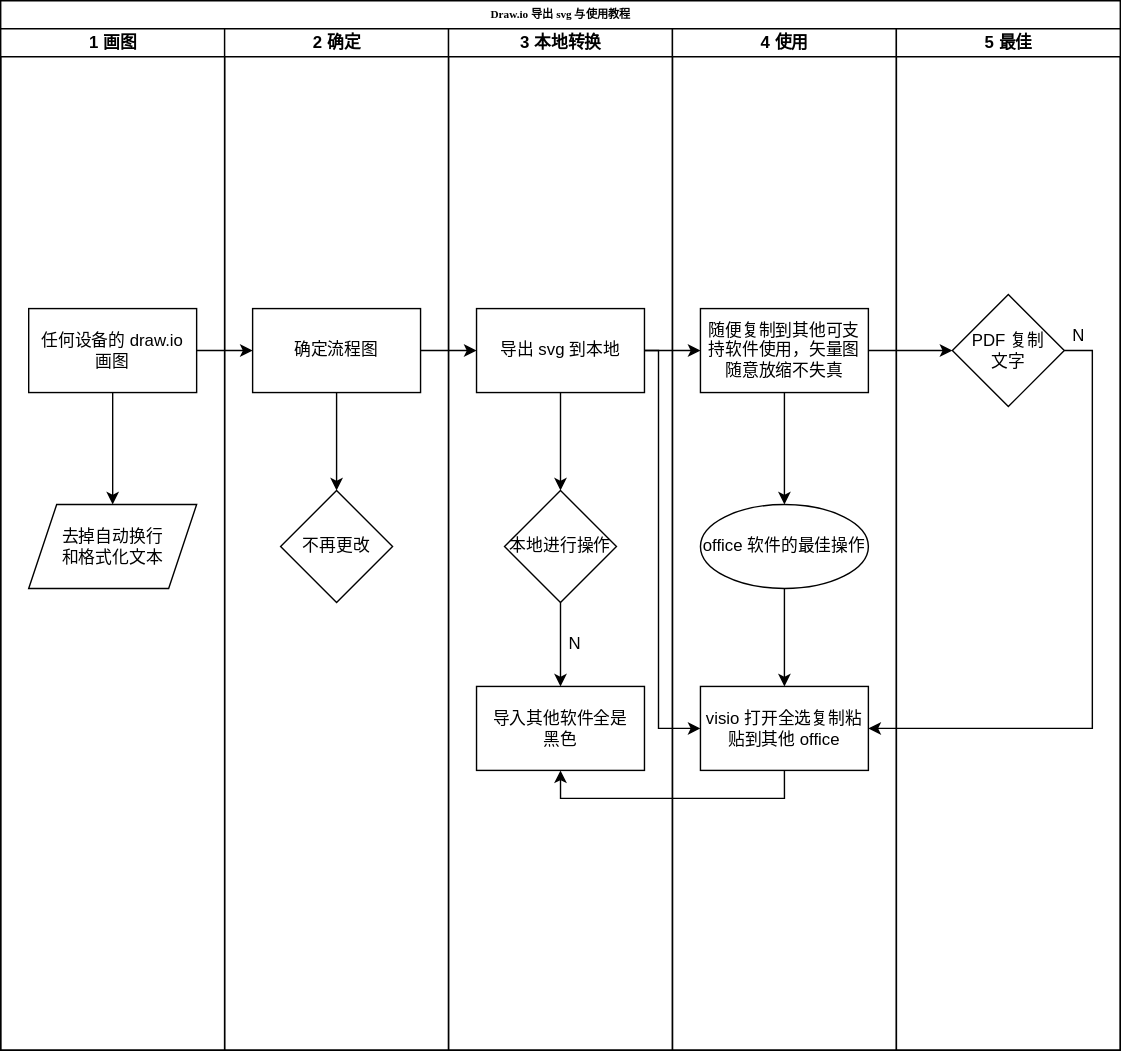
This is Draw.io/draw.io 的导出教程.svg from InoryLwc/ConfigRepo, a draw.io export, as it was before one commit. Source tidied: cells renumbered, new cells last; positions are measured from the earlier drawing's top-left corner, leaving out a move shared by most shapes.
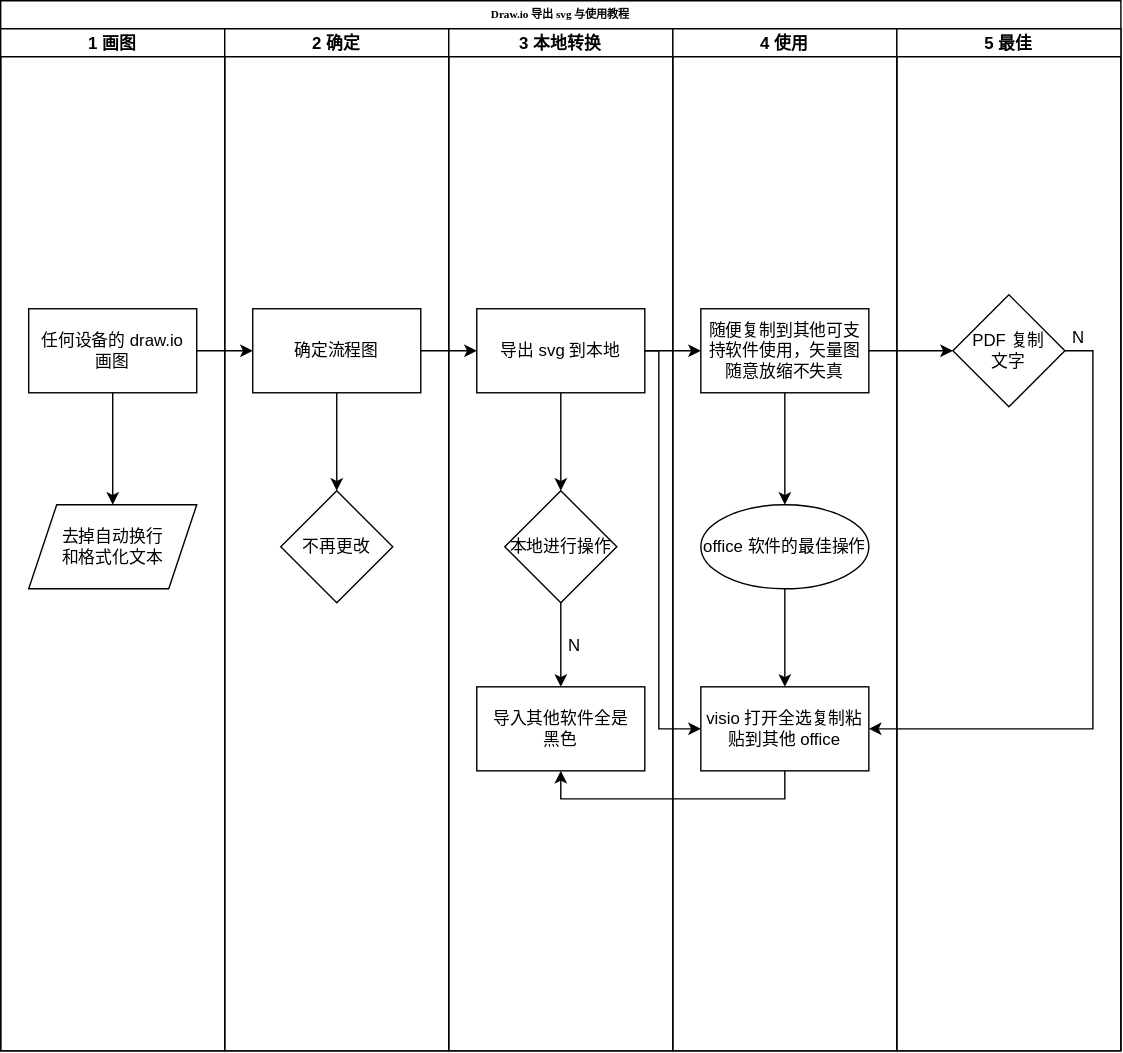
The same file after the commit.

Commit message:
更新draw.io 的导出教程.svg

What changed in the source:
```diff
@@ -2,70 +2,70 @@
   <root>
     <mxCell id="0" />
     <mxCell id="1" parent="0" />
-    <mxCell id="2" value="Draw.io 导出 svg 与使用教程" style="swimlane;html=1;startSize=20;rounded=0;shadow=0;labelBackgroundColor=none;strokeWidth=1;fontFamily=Verdana;fontSize=8;align=center;" parent="1" vertex="1">
+    <mxCell id="2" value="Draw.io 导出 svg 与使用教程" style="swimlane;startSize=20;rounded=0;shadow=0;labelBackgroundColor=none;strokeWidth=1;fontFamily=Verdana;fontSize=8;align=center;" parent="1" vertex="1">
       <mxGeometry width="800" height="750" as="geometry" />
     </mxCell>
-    <mxCell id="3" value="1 画图" style="swimlane;html=1;startSize=20;" parent="2" vertex="1">
+    <mxCell id="3" value="1 画图" style="swimlane;startSize=20;" parent="2" vertex="1">
       <mxGeometry y="20" width="160" height="730" as="geometry" />
     </mxCell>
-    <mxCell id="4" style="edgeStyle=orthogonalEdgeStyle;rounded=0;jettySize=auto;html=1;" parent="3" edge="1" source="5" target="6">
+    <mxCell id="4" style="edgeStyle=orthogonalEdgeStyle;rounded=0;jettySize=auto;" parent="3" edge="1" source="5" target="6">
       <mxGeometry relative="1" as="geometry" />
     </mxCell>
-    <mxCell id="5" value="任何设备的 draw.io &lt;br&gt;画图" style="rounded=0;whiteSpace=wrap;html=1;" parent="3" vertex="1">
+    <mxCell id="5" value="任何设备的 draw.io &#10;画图" style="rounded=0;whiteSpace=wrap;" parent="3" vertex="1">
       <mxGeometry x="20" y="200" width="120" height="60" as="geometry" />
     </mxCell>
-    <mxCell id="6" value="去掉自动换行&lt;br&gt;和格式化文本" style="shape=parallelogram;perimeter=parallelogramPerimeter;whiteSpace=wrap;html=1;fixedSize=1;rounded=0;" parent="3" vertex="1">
+    <mxCell id="6" value="去掉自动换行&#10;和格式化文本" style="shape=parallelogram;perimeter=parallelogramPerimeter;whiteSpace=wrap;fixedSize=1;rounded=0;" parent="3" vertex="1">
       <mxGeometry x="20" y="340" width="120" height="60" as="geometry" />
     </mxCell>
-    <mxCell id="7" value="2 确定" style="swimlane;html=1;startSize=20;" parent="2" vertex="1">
+    <mxCell id="7" value="2 确定" style="swimlane;startSize=20;" parent="2" vertex="1">
       <mxGeometry x="160" y="20" width="160" height="730" as="geometry" />
     </mxCell>
-    <mxCell id="8" value="确定流程图" style="rounded=0;whiteSpace=wrap;html=1;" parent="7" vertex="1">
+    <mxCell id="8" value="确定流程图" style="rounded=0;whiteSpace=wrap;" parent="7" vertex="1">
       <mxGeometry x="20" y="200" width="120" height="60" as="geometry" />
     </mxCell>
-    <mxCell id="9" value="3 本地转换" style="swimlane;html=1;startSize=20;" parent="2" vertex="1">
+    <mxCell id="9" value="3 本地转换" style="swimlane;startSize=20;" parent="2" vertex="1">
       <mxGeometry x="320" y="20" width="160" height="730" as="geometry" />
     </mxCell>
-    <mxCell id="10" value="导出 svg 到本地" style="whiteSpace=wrap;html=1;rounded=0;" parent="9" vertex="1">
+    <mxCell id="10" value="导出 svg 到本地" style="whiteSpace=wrap;rounded=0;" parent="9" vertex="1">
       <mxGeometry x="20" y="200" width="120" height="60" as="geometry" />
     </mxCell>
-    <mxCell id="11" value="本地进行操作" style="rhombus;whiteSpace=wrap;html=1;" parent="9" vertex="1">
+    <mxCell id="11" value="本地进行操作" style="rhombus;whiteSpace=wrap;" parent="9" vertex="1">
       <mxGeometry x="40" y="330" width="80" height="80" as="geometry" />
     </mxCell>
-    <mxCell id="12" value="N" style="text;html=1;align=center;verticalAlign=middle;strokeColor=none;fillColor=none;" parent="9" vertex="1">
+    <mxCell id="12" value="N" style="text;align=center;verticalAlign=middle;strokeColor=none;fillColor=none;" parent="9" vertex="1">
       <mxGeometry x="80" y="430" width="20" height="20" as="geometry" />
     </mxCell>
-    <mxCell id="13" value="导入其他软件全是&lt;br&gt;黑色" style="rounded=0;whiteSpace=wrap;html=1;" parent="9" vertex="1">
+    <mxCell id="13" value="导入其他软件全是&#10;黑色" style="rounded=0;whiteSpace=wrap;" parent="9" vertex="1">
       <mxGeometry x="20" y="470" width="120" height="60" as="geometry" />
     </mxCell>
-    <mxCell id="14" value="4 使用" style="swimlane;html=1;startSize=20;" parent="2" vertex="1">
+    <mxCell id="14" value="4 使用" style="swimlane;startSize=20;" parent="2" vertex="1">
       <mxGeometry x="480" y="20" width="160" height="730" as="geometry" />
     </mxCell>
-    <mxCell id="15" value="随便复制到其他可支持软件使用，矢量图随意放缩不失真" style="whiteSpace=wrap;html=1;rounded=0;" parent="14" vertex="1">
+    <mxCell id="15" value="随便复制到其他可支持软件使用，矢量图随意放缩不失真" style="whiteSpace=wrap;rounded=0;" parent="14" vertex="1">
       <mxGeometry x="20" y="200" width="120" height="60" as="geometry" />
     </mxCell>
-    <mxCell id="16" value="visio 打开全选复制粘贴到其他 office" style="whiteSpace=wrap;html=1;rounded=0;" parent="14" vertex="1">
+    <mxCell id="16" value="visio 打开全选复制粘贴到其他 office" style="whiteSpace=wrap;rounded=0;" parent="14" vertex="1">
       <mxGeometry x="20" y="470" width="120" height="60" as="geometry" />
     </mxCell>
-    <mxCell id="17" value="5 最佳" style="swimlane;html=1;startSize=20;" parent="2" vertex="1">
+    <mxCell id="17" value="5 最佳" style="swimlane;startSize=20;" parent="2" vertex="1">
       <mxGeometry x="640" y="20" width="160" height="730" as="geometry" />
     </mxCell>
-    <mxCell id="18" value="PDF 复制&lt;br&gt;文字" style="rhombus;whiteSpace=wrap;html=1;" parent="17" vertex="1">
+    <mxCell id="18" value="PDF 复制&#10;文字" style="rhombus;whiteSpace=wrap;" parent="17" vertex="1">
       <mxGeometry x="40" y="190" width="80" height="80" as="geometry" />
     </mxCell>
-    <mxCell id="19" value="N" style="text;html=1;align=center;verticalAlign=middle;strokeColor=none;fillColor=none;" parent="17" vertex="1">
+    <mxCell id="19" value="N" style="text;align=center;verticalAlign=middle;strokeColor=none;fillColor=none;" parent="17" vertex="1">
       <mxGeometry x="120" y="210" width="20" height="20" as="geometry" />
     </mxCell>
-    <mxCell id="20" style="edgeStyle=orthogonalEdgeStyle;rounded=0;jettySize=auto;html=1;" parent="2" edge="1" source="5" target="8">
+    <mxCell id="20" style="edgeStyle=orthogonalEdgeStyle;rounded=0;jettySize=auto;" parent="2" edge="1" source="5" target="8">
       <mxGeometry relative="1" as="geometry" />
     </mxCell>
-    <mxCell id="21" style="edgeStyle=orthogonalEdgeStyle;rounded=0;jettySize=auto;html=1;" parent="2" edge="1" source="8" target="10">
+    <mxCell id="21" style="edgeStyle=orthogonalEdgeStyle;rounded=0;jettySize=auto;" parent="2" edge="1" source="8" target="10">
       <mxGeometry relative="1" as="geometry" />
     </mxCell>
-    <mxCell id="22" style="edgeStyle=orthogonalEdgeStyle;rounded=0;jettySize=auto;html=1;" parent="2" edge="1" source="10" target="15">
+    <mxCell id="22" style="edgeStyle=orthogonalEdgeStyle;rounded=0;jettySize=auto;" parent="2" edge="1" source="10" target="15">
       <mxGeometry relative="1" as="geometry" />
     </mxCell>
-    <mxCell id="23" style="edgeStyle=orthogonalEdgeStyle;rounded=0;jettySize=auto;html=1;exitX=1;exitY=0.5;exitDx=0;exitDy=0;entryX=0;entryY=0.5;entryDx=0;entryDy=0;" parent="2" edge="1" source="10" target="16">
+    <mxCell id="23" style="edgeStyle=orthogonalEdgeStyle;rounded=0;jettySize=auto;exitX=1;exitY=0.5;exitDx=0;exitDy=0;entryX=0;entryY=0.5;entryDx=0;entryDy=0;" parent="2" edge="1" source="10" target="16">
       <mxGeometry relative="1" as="geometry">
         <Array as="points">
           <mxPoint x="470" y="250" />
@@ -73,10 +73,10 @@
         </Array>
       </mxGeometry>
     </mxCell>
-    <mxCell id="24" style="edgeStyle=orthogonalEdgeStyle;rounded=0;jettySize=auto;html=1;exitX=0.5;exitY=1;exitDx=0;exitDy=0;entryX=0.5;entryY=1;entryDx=0;entryDy=0;" parent="2" edge="1" source="16" target="13">
+    <mxCell id="24" style="edgeStyle=orthogonalEdgeStyle;rounded=0;jettySize=auto;exitX=0.5;exitY=1;exitDx=0;exitDy=0;entryX=0.5;entryY=1;entryDx=0;entryDy=0;" parent="2" edge="1" source="16" target="13">
       <mxGeometry relative="1" as="geometry" />
     </mxCell>
-    <mxCell id="25" style="edgeStyle=orthogonalEdgeStyle;rounded=0;jettySize=auto;html=1;exitX=1;exitY=0.5;exitDx=0;exitDy=0;entryX=1;entryY=0.5;entryDx=0;entryDy=0;" parent="2" edge="1" source="18" target="16">
+    <mxCell id="25" style="edgeStyle=orthogonalEdgeStyle;rounded=0;jettySize=auto;exitX=1;exitY=0.5;exitDx=0;exitDy=0;entryX=1;entryY=0.5;entryDx=0;entryDy=0;" parent="2" edge="1" source="18" target="16">
       <mxGeometry relative="1" as="geometry">
         <Array as="points">
           <mxPoint x="780" y="250" />
@@ -84,32 +84,32 @@
         </Array>
       </mxGeometry>
     </mxCell>
-    <mxCell id="26" style="edgeStyle=orthogonalEdgeStyle;rounded=0;jettySize=auto;html=1;exitX=1;exitY=0.5;exitDx=0;exitDy=0;entryX=0;entryY=0.5;entryDx=0;entryDy=0;" parent="2" edge="1" source="15" target="18">
+    <mxCell id="26" style="edgeStyle=orthogonalEdgeStyle;rounded=0;jettySize=auto;exitX=1;exitY=0.5;exitDx=0;exitDy=0;entryX=0;entryY=0.5;entryDx=0;entryDy=0;" parent="2" edge="1" source="15" target="18">
       <mxGeometry relative="1" as="geometry" />
     </mxCell>
-    <mxCell id="27" value="不再更改" style="rhombus;whiteSpace=wrap;html=1;rounded=0;" parent="1" vertex="1">
+    <mxCell id="27" value="不再更改" style="rhombus;whiteSpace=wrap;rounded=0;" parent="1" vertex="1">
       <mxGeometry x="200" y="350" width="80" height="80" as="geometry" />
     </mxCell>
-    <mxCell id="28" style="edgeStyle=orthogonalEdgeStyle;rounded=0;jettySize=auto;html=1;" parent="1" edge="1" source="8" target="27">
+    <mxCell id="28" style="edgeStyle=orthogonalEdgeStyle;rounded=0;jettySize=auto;" parent="1" edge="1" source="8" target="27">
       <mxGeometry relative="1" as="geometry" />
     </mxCell>
-    <mxCell id="29" style="edgeStyle=orthogonalEdgeStyle;rounded=0;jettySize=auto;html=1;exitX=0.5;exitY=1;exitDx=0;exitDy=0;" parent="1" edge="1" source="11">
+    <mxCell id="29" style="edgeStyle=orthogonalEdgeStyle;rounded=0;jettySize=auto;exitX=0.5;exitY=1;exitDx=0;exitDy=0;" parent="1" edge="1" source="11">
       <mxGeometry relative="1" as="geometry">
         <mxPoint x="400" y="490" as="targetPoint" />
       </mxGeometry>
     </mxCell>
-    <mxCell id="30" style="edgeStyle=orthogonalEdgeStyle;rounded=0;jettySize=auto;html=1;" parent="1" edge="1" source="10">
+    <mxCell id="30" style="edgeStyle=orthogonalEdgeStyle;rounded=0;jettySize=auto;" parent="1" edge="1" source="10">
       <mxGeometry relative="1" as="geometry">
         <mxPoint x="400" y="350" as="targetPoint" />
       </mxGeometry>
     </mxCell>
-    <mxCell id="31" style="edgeStyle=orthogonalEdgeStyle;rounded=0;jettySize=auto;html=1;" parent="1" edge="1" source="32" target="16">
+    <mxCell id="31" style="edgeStyle=orthogonalEdgeStyle;rounded=0;jettySize=auto;" parent="1" edge="1" source="32" target="16">
       <mxGeometry relative="1" as="geometry" />
     </mxCell>
-    <mxCell id="32" value="office 软件的最佳操作" style="ellipse;whiteSpace=wrap;html=1;rounded=0;" parent="1" vertex="1">
+    <mxCell id="32" value="office 软件的最佳操作" style="ellipse;whiteSpace=wrap;rounded=0;" parent="1" vertex="1">
       <mxGeometry x="500" y="360" width="120" height="60" as="geometry" />
     </mxCell>
-    <mxCell id="33" style="edgeStyle=orthogonalEdgeStyle;rounded=0;jettySize=auto;html=1;" parent="1" edge="1" source="15" target="32">
+    <mxCell id="33" style="edgeStyle=orthogonalEdgeStyle;rounded=0;jettySize=auto;" parent="1" edge="1" source="15" target="32">
       <mxGeometry relative="1" as="geometry" />
     </mxCell>
   </root>
```
